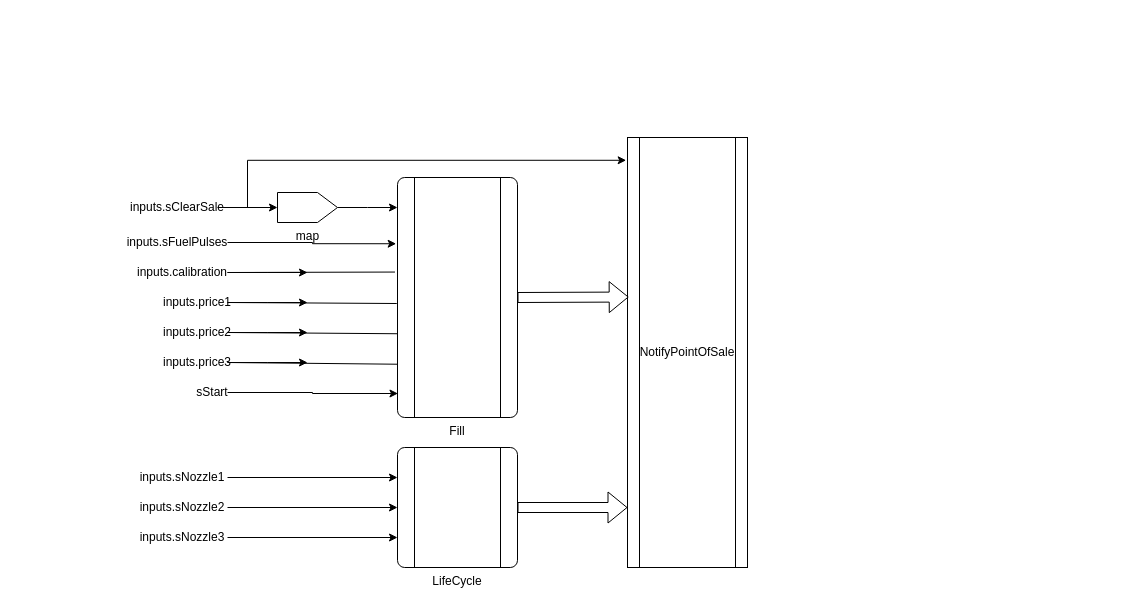
suzuki-taro-29/FRP-chap4-diagrams keeps this draw.io diagram as ClearSalePump.drawio. Above is the earlier version. Source tidied: cells renumbered, new cells numbered last; positions are measured from the earlier drawing's top-left corner, leaving out a move shared by most shapes. Both pictures are drawn from the tidied source at 100%, with x=0, y=0 at pixel (127, 137).
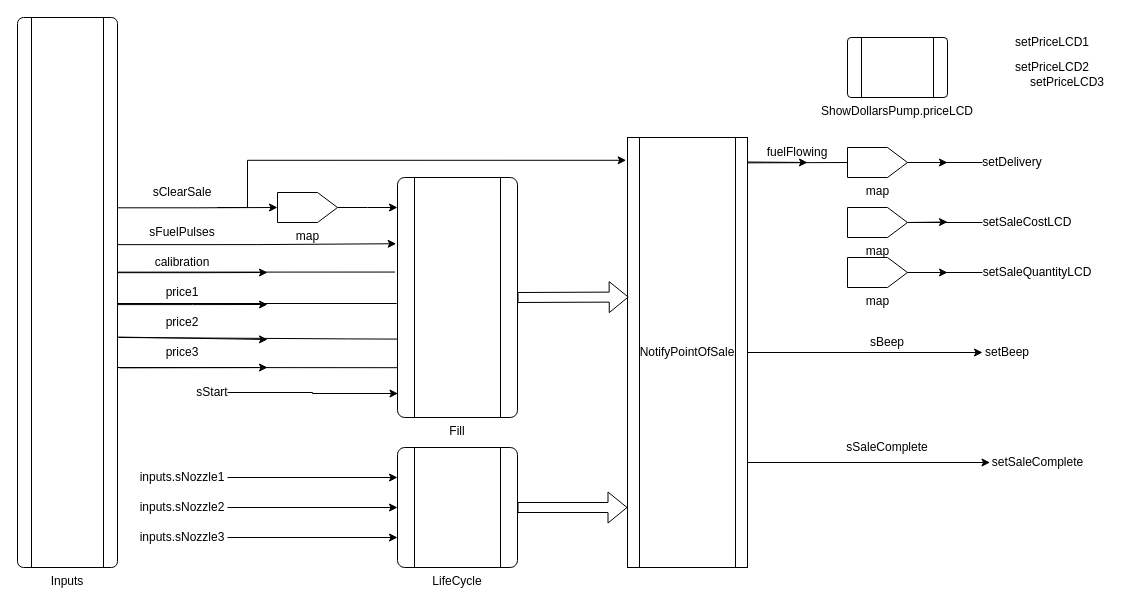
Above is the later version.

Commit message (it also covers changes not shown here):
ClearSalePump.drawio を更新します

Unchanged cells that the change refers to:
```xml
<mxCell id="2" value="Fill" style="verticalLabelPosition=bottom;verticalAlign=top;html=1;shape=process;whiteSpace=wrap;rounded=1;size=0.14;arcSize=6;" parent="1" vertex="1">
  <mxGeometry x="270" y="40" width="120" height="240" as="geometry" />
</mxCell>
<mxCell id="3" value="NotifyPointOfSale" style="shape=process;whiteSpace=wrap;html=1;backgroundOutline=1;" parent="1" vertex="1">
  <mxGeometry x="500" width="120" height="430" as="geometry" />
</mxCell>
<mxCell id="8" value="map" style="verticalLabelPosition=bottom;verticalAlign=top;html=1;shape=offPageConnector;rounded=0;size=0.33333333333333526;direction=north;" parent="1" vertex="1">
  <mxGeometry x="150" y="55" width="60" height="30" as="geometry" />
</mxCell>
```

The edit, as a diff of the source:
```diff
@@
+    <mxCell id="35" style="edgeStyle=orthogonalEdgeStyle;rounded=0;jettySize=auto;html=1;exitX=1;exitY=0.5;exitDx=0;exitDy=0;" parent="1" edge="1" source="3" target="43">
+      <mxGeometry relative="1" as="geometry" />
+    </mxCell>
+    <mxCell id="36" style="edgeStyle=orthogonalEdgeStyle;rounded=0;jettySize=auto;html=1;exitX=1;exitY=0.75;exitDx=0;exitDy=0;entryX=0;entryY=0.5;entryDx=0;entryDy=0;" parent="1" edge="1" source="3" target="44">
+      <mxGeometry relative="1" as="geometry">
+        <Array as="points">
+          <mxPoint x="620" y="325" />
+        </Array>
+      </mxGeometry>
+    </mxCell>
@@
-    <mxCell id="4" style="edgeStyle=orthogonalEdgeStyle;rounded=0;jettySize=auto;html=1;" parent="1" edge="1" source="6" target="8">
+    <mxCell id="4" style="edgeStyle=orthogonalEdgeStyle;rounded=0;jettySize=auto;html=1;exitX=1.003;exitY=0.346;exitDx=0;exitDy=0;exitPerimeter=0;" parent="1" edge="1" source="60" target="8">
       <mxGeometry relative="1" as="geometry" />
     </mxCell>
@@
-    <mxCell id="6" value="inputs.sClearSale" style="text;html=1;align=center;verticalAlign=middle;whiteSpace=wrap;rounded=0;" parent="1" vertex="1">
-      <mxGeometry y="55" width="100" height="30" as="geometry" />
+    <mxCell id="6" value="sClearSale" style="text;html=1;align=center;verticalAlign=middle;whiteSpace=wrap;rounded=0;" parent="1" vertex="1">
+      <mxGeometry x="5" y="40" width="100" height="30" as="geometry" />
     </mxCell>
@@
-    <mxCell id="9" value="inputs.sFuelPulses" style="text;html=1;align=center;verticalAlign=middle;whiteSpace=wrap;rounded=0;" parent="1" vertex="1">
-      <mxGeometry y="90" width="100" height="30" as="geometry" />
+    <mxCell id="9" value="sFuelPulses" style="text;html=1;align=center;verticalAlign=middle;whiteSpace=wrap;rounded=0;" parent="1" vertex="1">
+      <mxGeometry x="5" y="80" width="100" height="30" as="geometry" />
     </mxCell>
-    <mxCell id="10" style="edgeStyle=orthogonalEdgeStyle;rounded=0;jettySize=auto;html=1;" parent="1" edge="1" source="11">
+    <mxCell id="10" style="edgeStyle=orthogonalEdgeStyle;rounded=0;jettySize=auto;html=1;exitX=1;exitY=0.464;exitDx=0;exitDy=0;exitPerimeter=0;" parent="1" edge="1" source="60">
       <mxGeometry relative="1" as="geometry">
-        <mxPoint x="180" y="135" as="targetPoint" />
+        <mxPoint x="140" y="135" as="targetPoint" />
       </mxGeometry>
     </mxCell>
-    <mxCell id="11" value="inputs.calibration" style="text;html=1;align=center;verticalAlign=middle;whiteSpace=wrap;rounded=0;" parent="1" vertex="1">
-      <mxGeometry x="10" y="120" width="90" height="30" as="geometry" />
+    <mxCell id="11" value="calibration" style="text;html=1;align=center;verticalAlign=middle;whiteSpace=wrap;rounded=0;" parent="1" vertex="1">
+      <mxGeometry x="10" y="110" width="90" height="30" as="geometry" />
     </mxCell>
-    <mxCell id="12" style="edgeStyle=orthogonalEdgeStyle;rounded=0;jettySize=auto;html=1;" parent="1" edge="1" source="13">
+    <mxCell id="12" style="edgeStyle=orthogonalEdgeStyle;rounded=0;jettySize=auto;html=1;exitX=1.003;exitY=0.522;exitDx=0;exitDy=0;exitPerimeter=0;" parent="1" edge="1" source="60">
       <mxGeometry relative="1" as="geometry">
-        <mxPoint x="180" y="165" as="targetPoint" />
+        <mxPoint x="140" y="167" as="targetPoint" />
       </mxGeometry>
     </mxCell>
-    <mxCell id="13" value="inputs.price1" style="text;html=1;align=center;verticalAlign=middle;whiteSpace=wrap;rounded=0;" parent="1" vertex="1">
-      <mxGeometry x="40" y="150" width="60" height="30" as="geometry" />
+    <mxCell id="13" value="price1" style="text;html=1;align=center;verticalAlign=middle;whiteSpace=wrap;rounded=0;" parent="1" vertex="1">
+      <mxGeometry x="25" y="140" width="60" height="30" as="geometry" />
     </mxCell>
-    <mxCell id="14" style="edgeStyle=orthogonalEdgeStyle;rounded=0;jettySize=auto;html=1;" parent="1" edge="1" source="15">
-      <mxGeometry relative="1" as="geometry">
-        <mxPoint x="180" y="195" as="targetPoint" />
-      </mxGeometry>
-    </mxCell>
-    <mxCell id="15" value="inputs.price2" style="text;html=1;align=center;verticalAlign=middle;whiteSpace=wrap;rounded=0;" parent="1" vertex="1">
-      <mxGeometry x="40" y="180" width="60" height="30" as="geometry" />
+    <mxCell id="15" value="price2" style="text;html=1;align=center;verticalAlign=middle;whiteSpace=wrap;rounded=0;" parent="1" vertex="1">
+      <mxGeometry x="25" y="170" width="60" height="30" as="geometry" />
     </mxCell>
-    <mxCell id="16" style="edgeStyle=orthogonalEdgeStyle;rounded=0;jettySize=auto;html=1;" parent="1" edge="1" source="17">
-      <mxGeometry relative="1" as="geometry">
-        <mxPoint x="180" y="225" as="targetPoint" />
-      </mxGeometry>
-    </mxCell>
-    <mxCell id="17" value="inputs.price3" style="text;html=1;align=center;verticalAlign=middle;whiteSpace=wrap;rounded=0;" parent="1" vertex="1">
-      <mxGeometry x="40" y="210" width="60" height="30" as="geometry" />
+    <mxCell id="17" value="price3" style="text;html=1;align=center;verticalAlign=middle;whiteSpace=wrap;rounded=0;" parent="1" vertex="1">
+      <mxGeometry x="25" y="200" width="60" height="30" as="geometry" />
     </mxCell>
@@
-    <mxCell id="21" style="edgeStyle=orthogonalEdgeStyle;rounded=0;jettySize=auto;html=1;exitX=1;exitY=0.5;exitDx=0;exitDy=0;entryX=-0.011;entryY=0.276;entryDx=0;entryDy=0;entryPerimeter=0;" parent="1" edge="1" source="9" target="2">
+    <mxCell id="21" style="edgeStyle=orthogonalEdgeStyle;rounded=0;jettySize=auto;html=1;exitX=0.995;exitY=0.413;exitDx=0;exitDy=0;entryX=-0.011;entryY=0.276;entryDx=0;entryDy=0;entryPerimeter=0;exitPerimeter=0;" parent="1" edge="1" source="60" target="2">
       <mxGeometry relative="1" as="geometry" />
     </mxCell>
-    <mxCell id="22" style="endArrow=none;html=1;rounded=0;exitX=-0.021;exitY=0.394;exitDx=0;exitDy=0;exitPerimeter=0;entryX=1;entryY=0.5;entryDx=0;entryDy=0;" parent="1" edge="1" source="2" target="11">
+    <mxCell id="22" style="endArrow=none;html=1;rounded=0;exitX=-0.021;exitY=0.394;exitDx=0;exitDy=0;exitPerimeter=0;entryX=1;entryY=0.463;entryDx=0;entryDy=0;entryPerimeter=0;" parent="1" edge="1" source="2" target="60">
       <mxGeometry relative="1" as="geometry" />
     </mxCell>
-    <mxCell id="23" style="endArrow=none;html=1;rounded=0;exitX=1;exitY=0.5;exitDx=0;exitDy=0;entryX=-0.006;entryY=0.525;entryDx=0;entryDy=0;entryPerimeter=0;" parent="1" edge="1" source="13" target="2">
+    <mxCell id="23" style="endArrow=none;html=1;rounded=0;exitX=0.995;exitY=0.52;exitDx=0;exitDy=0;entryX=-0.006;entryY=0.525;entryDx=0;entryDy=0;entryPerimeter=0;exitPerimeter=0;" parent="1" edge="1" source="60" target="2">
       <mxGeometry relative="1" as="geometry" />
     </mxCell>
-    <mxCell id="24" style="endArrow=none;html=1;rounded=0;exitX=1;exitY=0.5;exitDx=0;exitDy=0;entryX=-0.001;entryY=0.651;entryDx=0;entryDy=0;entryPerimeter=0;" parent="1" edge="1" source="15" target="2">
-      <mxGeometry relative="1" as="geometry" />
+    <mxCell id="24" style="endArrow=none;html=1;rounded=0;exitX=1.012;exitY=0.572;exitDx=0;exitDy=0;entryX=-0.001;entryY=0.651;entryDx=0;entryDy=0;entryPerimeter=0;exitPerimeter=0;" parent="1" edge="1">
+      <mxGeometry relative="1" as="geometry">
+        <mxPoint x="-8.7" y="200" as="sourcePoint" />
+        <mxPoint x="270" y="201.6" as="targetPoint" />
+        <Array as="points">
+          <mxPoint x="220.1" y="201.4" />
+        </Array>
+      </mxGeometry>
     </mxCell>
-    <mxCell id="25" style="endArrow=none;html=1;rounded=0;exitX=1;exitY=0.5;exitDx=0;exitDy=0;entryX=-0.001;entryY=0.778;entryDx=0;entryDy=0;entryPerimeter=0;" parent="1" edge="1" source="17" target="2">
-      <mxGeometry relative="1" as="geometry" />
+    <mxCell id="25" style="endArrow=none;html=1;rounded=0;exitX=1;exitY=0.63;exitDx=0;exitDy=0;entryX=-0.001;entryY=0.778;entryDx=0;entryDy=0;entryPerimeter=0;exitPerimeter=0;" parent="1" edge="1">
+      <mxGeometry relative="1" as="geometry">
+        <mxPoint x="-10" y="230" as="sourcePoint" />
+        <mxPoint x="269.9" y="230.2" as="targetPoint" />
+      </mxGeometry>
     </mxCell>
@@
+    <mxCell id="37" value="setDelivery" style="text;html=1;align=center;verticalAlign=middle;whiteSpace=wrap;rounded=0;" parent="1" vertex="1">
+      <mxGeometry x="855" y="10" width="60" height="30" as="geometry" />
+    </mxCell>
+    <mxCell id="38" value="setSaleCostLCD" style="text;html=1;align=center;verticalAlign=middle;whiteSpace=wrap;rounded=0;" parent="1" vertex="1">
+      <mxGeometry x="855" y="70" width="90" height="30" as="geometry" />
+    </mxCell>
+    <mxCell id="39" value="setSaleQuantityLCD" style="text;html=1;align=center;verticalAlign=middle;whiteSpace=wrap;rounded=0;" parent="1" vertex="1">
+      <mxGeometry x="855" y="120" width="110" height="30" as="geometry" />
+    </mxCell>
+    <mxCell id="40" value="setPriceLCD1" style="text;html=1;align=center;verticalAlign=middle;whiteSpace=wrap;rounded=0;" parent="1" vertex="1">
+      <mxGeometry x="885" y="-110" width="80" height="30" as="geometry" />
+    </mxCell>
+    <mxCell id="41" value="setPriceLCD2" style="text;html=1;align=center;verticalAlign=middle;whiteSpace=wrap;rounded=0;" parent="1" vertex="1">
+      <mxGeometry x="885" y="-85" width="80" height="30" as="geometry" />
+    </mxCell>
+    <mxCell id="42" value="setPriceLCD3" style="text;html=1;align=center;verticalAlign=middle;whiteSpace=wrap;rounded=0;" parent="1" vertex="1">
+      <mxGeometry x="900" y="-70" width="80" height="30" as="geometry" />
+    </mxCell>
+    <mxCell id="43" value="setBeep" style="text;html=1;align=center;verticalAlign=middle;whiteSpace=wrap;rounded=0;" parent="1" vertex="1">
+      <mxGeometry x="855" y="200" width="50" height="30" as="geometry" />
+    </mxCell>
+    <mxCell id="44" value="setSaleComplete" style="text;html=1;align=center;verticalAlign=middle;whiteSpace=wrap;rounded=0;" parent="1" vertex="1">
+      <mxGeometry x="862.5" y="310" width="95" height="30" as="geometry" />
+    </mxCell>
+    <mxCell id="45" value="ShowDollarsPump.priceLCD" style="verticalLabelPosition=bottom;verticalAlign=top;html=1;shape=process;whiteSpace=wrap;rounded=1;size=0.14;arcSize=6;" parent="1" vertex="1">
+      <mxGeometry x="720" y="-100" width="100" height="60" as="geometry" />
+    </mxCell>
+    <mxCell id="46" style="edgeStyle=orthogonalEdgeStyle;rounded=0;jettySize=auto;html=1;" parent="1" edge="1" source="47">
+      <mxGeometry relative="1" as="geometry">
+        <mxPoint x="820" y="25" as="targetPoint" />
+      </mxGeometry>
+    </mxCell>
+    <mxCell id="47" value="map" style="verticalLabelPosition=bottom;verticalAlign=top;html=1;shape=offPageConnector;rounded=0;size=0.33333333333333526;direction=north;" parent="1" vertex="1">
+      <mxGeometry x="720" y="10" width="60" height="30" as="geometry" />
+    </mxCell>
+    <mxCell id="48" style="endArrow=none;html=1;rounded=0;entryX=0.5;entryY=1;entryDx=0;entryDy=0;exitX=0;exitY=0.5;exitDx=0;exitDy=0;" parent="1" edge="1" source="37" target="47">
+      <mxGeometry relative="1" as="geometry" />
+    </mxCell>
+    <mxCell id="49" style="endArrow=none;html=1;rounded=0;entryX=0.5;entryY=0;entryDx=0;entryDy=0;exitX=0.996;exitY=0.059;exitDx=0;exitDy=0;exitPerimeter=0;" parent="1" edge="1" source="3" target="47">
+      <mxGeometry relative="1" as="geometry" />
+    </mxCell>
+    <mxCell id="50" style="endArrow=classic;html=1;rounded=0;exitX=0.996;exitY=0.057;exitDx=0;exitDy=0;exitPerimeter=0;" parent="1" edge="1" source="3">
+      <mxGeometry relative="1" as="geometry">
+        <mxPoint x="680" y="25" as="targetPoint" />
+      </mxGeometry>
+    </mxCell>
+    <mxCell id="51" value="fuelFlowing" style="text;html=1;align=center;verticalAlign=middle;whiteSpace=wrap;rounded=0;" parent="1" vertex="1">
+      <mxGeometry x="640" width="60" height="30" as="geometry" />
+    </mxCell>
+    <mxCell id="52" style="edgeStyle=orthogonalEdgeStyle;rounded=0;jettySize=auto;html=1;exitX=0.5;exitY=1;exitDx=0;exitDy=0;" parent="1" edge="1" source="53">
+      <mxGeometry relative="1" as="geometry">
+        <mxPoint x="820" y="84.5" as="targetPoint" />
+      </mxGeometry>
+    </mxCell>
+    <mxCell id="53" value="map" style="verticalLabelPosition=bottom;verticalAlign=top;html=1;shape=offPageConnector;rounded=0;size=0.33333333333333526;direction=north;" parent="1" vertex="1">
+      <mxGeometry x="720" y="70" width="60" height="30" as="geometry" />
+    </mxCell>
+    <mxCell id="54" style="endArrow=none;html=1;rounded=0;entryX=0.5;entryY=1;entryDx=0;entryDy=0;exitX=0;exitY=0.5;exitDx=0;exitDy=0;" parent="1" edge="1" source="38" target="53">
+      <mxGeometry relative="1" as="geometry" />
+    </mxCell>
+    <mxCell id="55" value="map" style="verticalLabelPosition=bottom;verticalAlign=top;html=1;shape=offPageConnector;rounded=0;size=0.33333333333333526;direction=north;" parent="1" vertex="1">
+      <mxGeometry x="720" y="120" width="60" height="30" as="geometry" />
+    </mxCell>
+    <mxCell id="56" style="endArrow=none;html=1;rounded=0;exitX=0;exitY=0.5;exitDx=0;exitDy=0;" parent="1" edge="1" source="39">
+      <mxGeometry relative="1" as="geometry">
+        <mxPoint x="780" y="135" as="targetPoint" />
+      </mxGeometry>
+    </mxCell>
+    <mxCell id="57" style="endArrow=classic;html=1;rounded=0;exitX=0.5;exitY=1;exitDx=0;exitDy=0;" parent="1" edge="1" source="55">
+      <mxGeometry relative="1" as="geometry">
+        <mxPoint x="820" y="135" as="targetPoint" />
+      </mxGeometry>
+    </mxCell>
+    <mxCell id="58" value="sBeep" style="text;html=1;align=center;verticalAlign=middle;whiteSpace=wrap;rounded=0;" parent="1" vertex="1">
+      <mxGeometry x="730" y="190" width="60" height="30" as="geometry" />
+    </mxCell>
+    <mxCell id="59" value="sSaleComplete" style="text;html=1;align=center;verticalAlign=middle;whiteSpace=wrap;rounded=0;" parent="1" vertex="1">
+      <mxGeometry x="730" y="295" width="60" height="30" as="geometry" />
+    </mxCell>
+    <mxCell id="60" value="Inputs" style="verticalLabelPosition=bottom;verticalAlign=top;html=1;shape=process;whiteSpace=wrap;rounded=1;size=0.14;arcSize=6;" parent="1" vertex="1">
+      <mxGeometry x="-110" y="-120" width="100" height="550" as="geometry" />
+    </mxCell>
+    <mxCell id="61" style="endArrow=classic;html=1;rounded=0;exitX=0.995;exitY=0.581;exitDx=0;exitDy=0;exitPerimeter=0;" parent="1" edge="1" source="60">
+      <mxGeometry relative="1" as="geometry">
+        <mxPoint x="140" y="202" as="targetPoint" />
+      </mxGeometry>
+    </mxCell>
+    <mxCell id="62" style="endArrow=classic;html=1;rounded=0;exitX=1.02;exitY=0.637;exitDx=0;exitDy=0;exitPerimeter=0;" parent="1" edge="1" source="60">
+      <mxGeometry relative="1" as="geometry">
+        <mxPoint x="140" y="230" as="targetPoint" />
+      </mxGeometry>
+    </mxCell>
```
